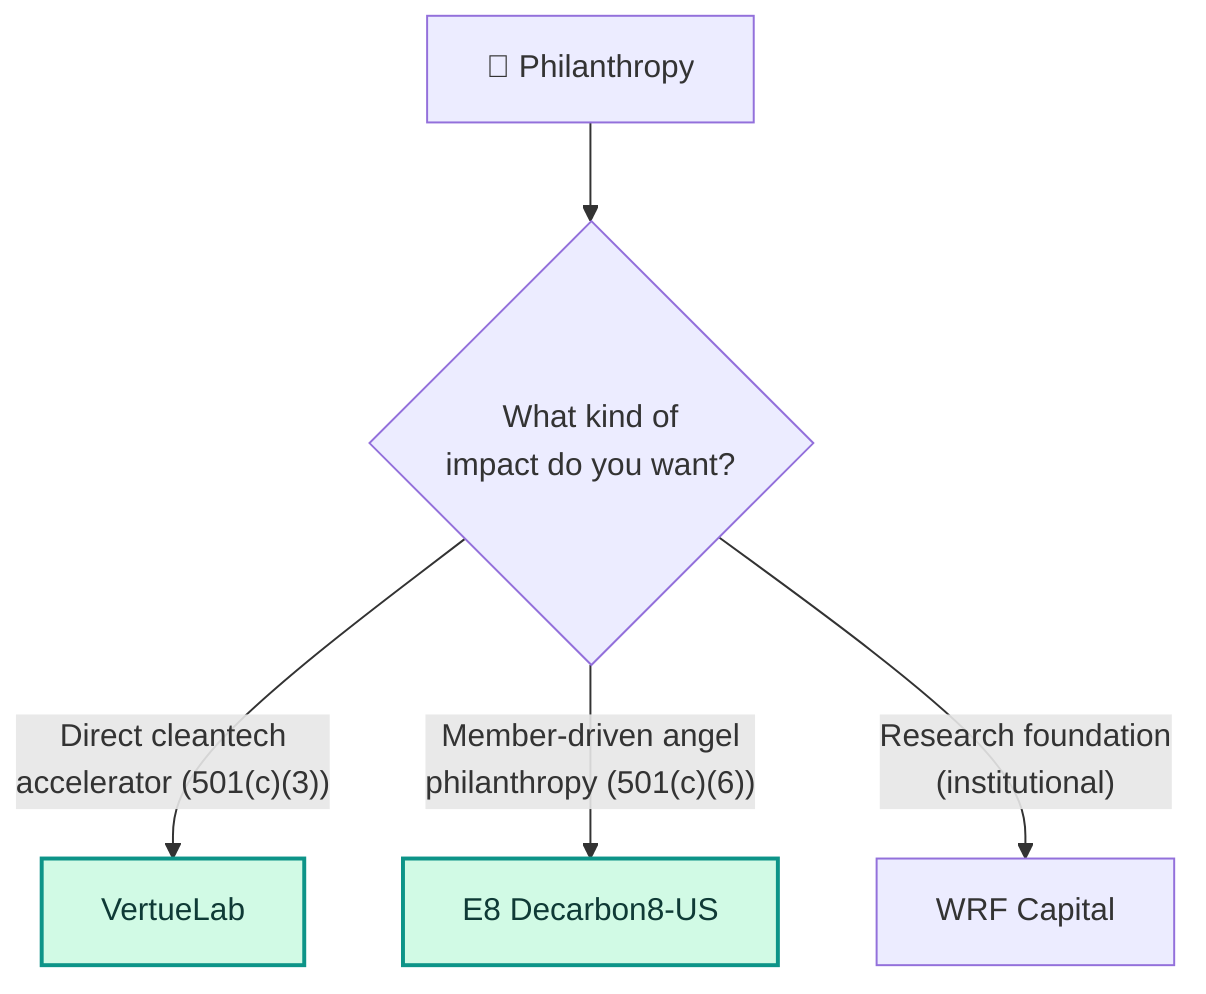
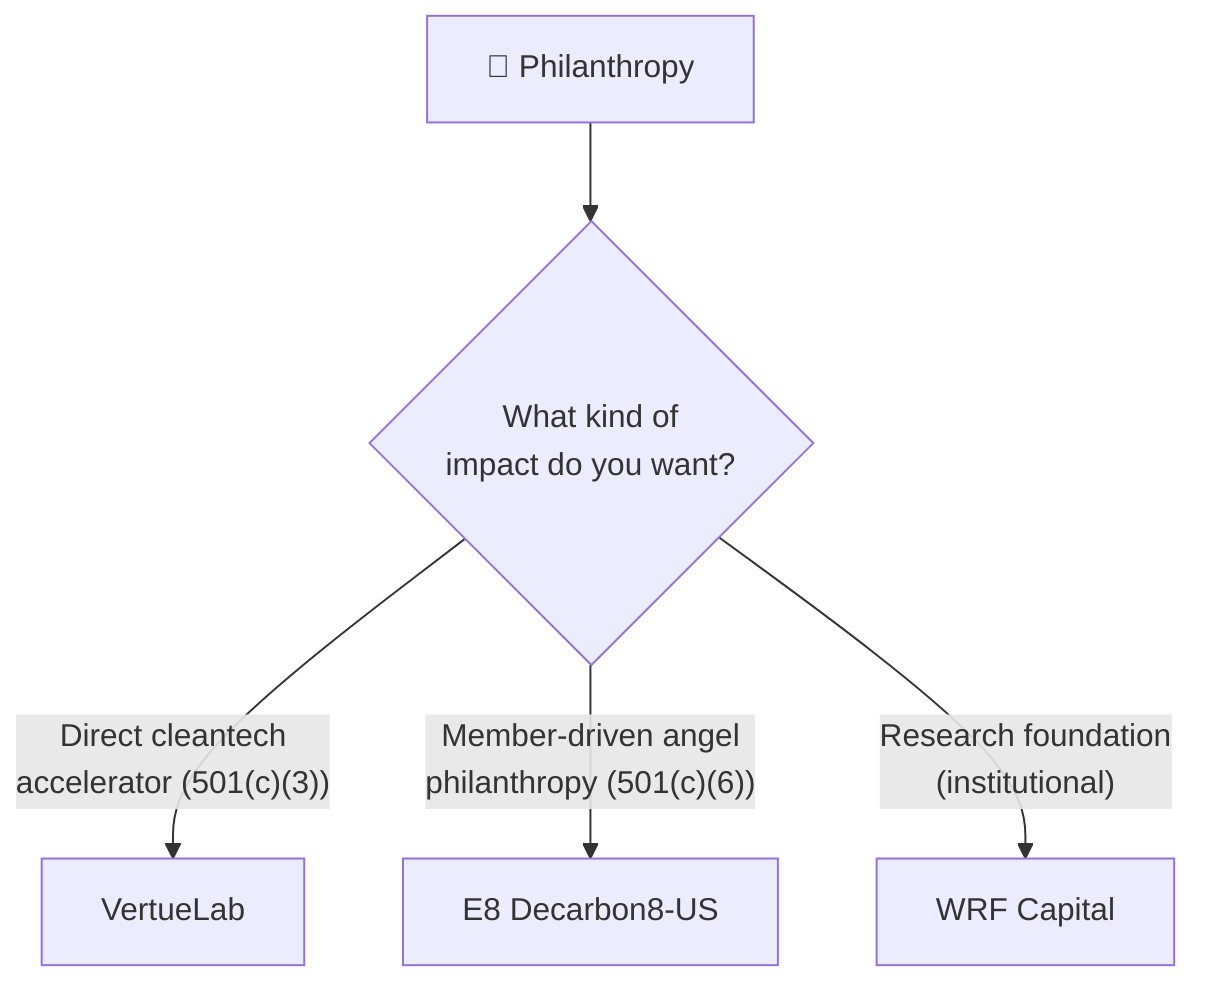
flowchart TD
    P1["💚 Philanthropy"] --> PQ{"What kind of<br/>impact do you want?"}
    PQ -->|"Direct cleantech<br/>accelerator (501(c)(3))"| PA["VertueLab"]
    PQ -->|"Member-driven angel<br/>philanthropy (501(c)(6))"| PB["E8 Decarbon8-US"]
    PQ -->|"Research foundation<br/>(institutional)"| PC["WRF Capital"]
- 
-     classDef climate fill:#d1fae5,stroke:#0d9488,stroke-width:2px,color:#0f3a36
-     class PA,PB climate
